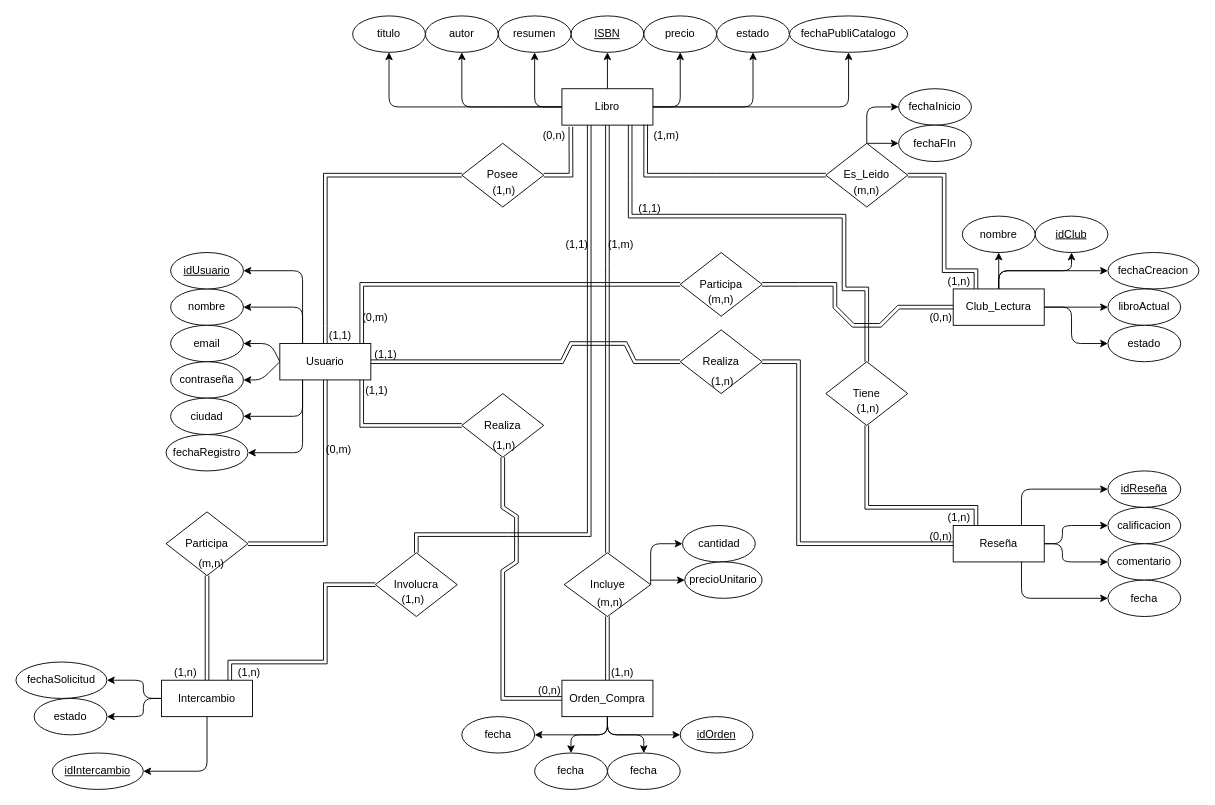
Above: diagrams/eR.dio in migueCOLORADO/UrBooksInaLook (draw.io), before the change. Source tidied: cells renumbered, new cells numbered last; positions are measured from the earlier drawing's top-left corner, leaving out a move shared by most shapes. Both pictures are drawn from the tidied source at 91%, with x=0, y=0 at pixel (15, 15).
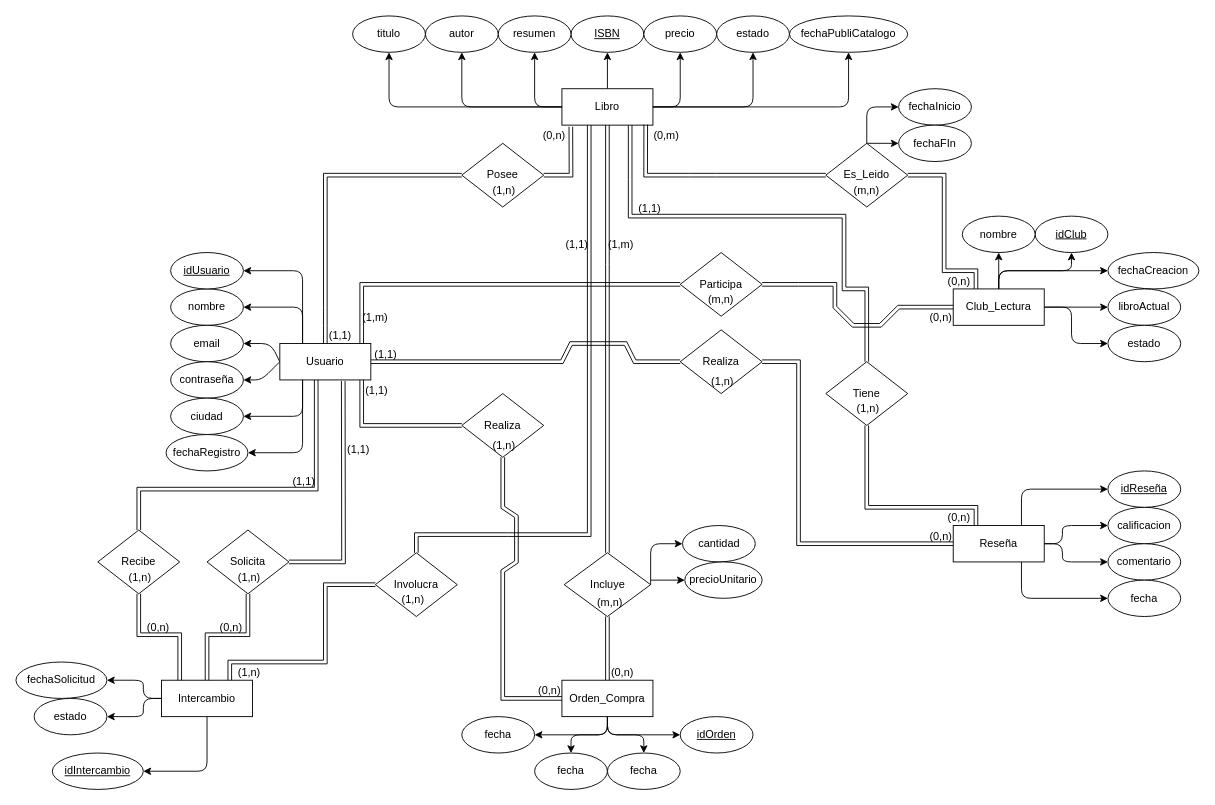
Above is the later version.

Commit message:
V4 | Corrección de cardinalidades en las relaciones, y desambiguación de relación "Participa" entre Usuari-Intercambio, a dos relaciones "Solicita" y "Recibe".

The change refers to these unchanged cells:
```xml
<mxCell id="6" value="Usuario" style="whiteSpace=wrap;html=1;align=center;" parent="1" vertex="1">
  <mxGeometry x="290" y="360" width="100" height="40" as="geometry" />
</mxCell>
<mxCell id="24" value="Intercambio" style="whiteSpace=wrap;html=1;align=center;" parent="1" vertex="1">
  <mxGeometry x="160" y="730" width="100" height="40" as="geometry" />
</mxCell>
<mxCell id="77" style="shape=link;html=1;rounded=0;entryX=0;entryY=0.5;entryDx=0;entryDy=0;exitX=0.921;exitY=0.987;exitDx=0;exitDy=0;exitPerimeter=0;" parent="1" edge="1" source="9">
  <mxGeometry relative="1" as="geometry">
    <mxPoint x="890" y="175" as="targetPoint" />
    <Array as="points">
      <mxPoint x="692" y="175" />
      <mxPoint x="740" y="175" />
      <mxPoint x="770" y="175" />
    </Array>
  </mxGeometry>
</mxCell>
<mxCell id="79" style="shape=link;html=1;rounded=0;exitX=1;exitY=0.5;exitDx=0;exitDy=0;entryX=0.25;entryY=0;entryDx=0;entryDy=0;" parent="1" edge="1" source="70" target="15">
  <mxGeometry relative="1" as="geometry">
    <Array as="points">
      <mxPoint x="1020" y="175" />
      <mxPoint x="1020" y="280" />
      <mxPoint x="1055" y="280" />
    </Array>
  </mxGeometry>
</mxCell>
<mxCell id="87" style="shape=link;html=1;rounded=0;exitX=0.5;exitY=1;exitDx=0;exitDy=0;entryX=0.25;entryY=0;entryDx=0;entryDy=0;" parent="1" edge="1" source="67" target="20">
  <mxGeometry relative="1" as="geometry">
    <Array as="points">
      <mxPoint x="935" y="540" />
      <mxPoint x="1055" y="540" />
    </Array>
  </mxGeometry>
</mxCell>
<mxCell id="92" style="shape=link;html=1;rounded=0;exitX=0.5;exitY=1;exitDx=0;exitDy=0;entryX=0.5;entryY=0;entryDx=0;entryDy=0;" parent="1" edge="1" source="72" target="29">
  <mxGeometry relative="1" as="geometry">
    <Array as="points">
      <mxPoint x="650" y="710" />
    </Array>
  </mxGeometry>
</mxCell>
<mxCell id="123" style="shape=link;html=1;rounded=0;exitX=0;exitY=0.5;exitDx=0;exitDy=0;" parent="1" edge="1" source="122">
  <mxGeometry relative="1" as="geometry">
    <mxPoint x="380" y="360" as="targetPoint" />
    <Array as="points">
      <mxPoint x="380" y="295" />
    </Array>
  </mxGeometry>
</mxCell>
```

The edit, as a diff of the source:
```diff
@@
-    <mxCell id="78" value="(1,m)" style="html=1;whiteSpace=wrap;align=right;verticalAlign=bottom;" parent="77" vertex="1">
+    <mxCell id="78" value="(0,m)" style="html=1;whiteSpace=wrap;align=right;verticalAlign=bottom;" parent="77" vertex="1">
       <mxGeometry x="1" relative="1" as="geometry">
         <mxPoint x="-160" y="-35" as="offset" />
       </mxGeometry>
     </mxCell>
@@
-    <mxCell id="80" value="(1,n)" style="html=1;whiteSpace=wrap;align=right;verticalAlign=bottom;" parent="79" vertex="1">
+    <mxCell id="80" value="(0,n)" style="html=1;whiteSpace=wrap;align=right;verticalAlign=bottom;" parent="79" vertex="1">
       <mxGeometry x="1" relative="1" as="geometry">
         <mxPoint x="-5" as="offset" />
       </mxGeometry>
     </mxCell>
@@
-    <mxCell id="88" value="(1,n)" style="html=1;whiteSpace=wrap;align=right;verticalAlign=bottom;" parent="87" vertex="1">
+    <mxCell id="88" value="(0,n)" style="html=1;whiteSpace=wrap;align=right;verticalAlign=bottom;" parent="87" vertex="1">
       <mxGeometry x="1" relative="1" as="geometry">
         <mxPoint x="-5" as="offset" />
       </mxGeometry>
     </mxCell>
@@
-    <mxCell id="93" value="(1,n)" style="html=1;whiteSpace=wrap;align=right;verticalAlign=bottom;" parent="92" vertex="1">
+    <mxCell id="93" value="(0,n)" style="html=1;whiteSpace=wrap;align=right;verticalAlign=bottom;" parent="92" vertex="1">
       <mxGeometry x="1" relative="1" as="geometry">
         <mxPoint x="30" as="offset" />
       </mxGeometry>
     </mxCell>
@@
-    <mxCell id="112" value="Participa" style="shape=rhombus;perimeter=rhombusPerimeter;whiteSpace=wrap;html=1;align=center;" parent="1" vertex="1">
-      <mxGeometry x="165" y="545" width="90" height="70" as="geometry" />
+    <mxCell id="112" value="Solicita" style="shape=rhombus;perimeter=rhombusPerimeter;whiteSpace=wrap;html=1;align=center;" parent="1" vertex="1">
+      <mxGeometry x="210" y="565" width="90" height="70" as="geometry" />
     </mxCell>
-    <mxCell id="113" style="shape=link;html=1;rounded=0;entryX=1;entryY=0.5;entryDx=0;entryDy=0;" parent="1" edge="1" target="112">
+    <mxCell id="113" style="shape=link;html=1;rounded=0;entryX=1;entryY=0.5;entryDx=0;entryDy=0;exitX=0.697;exitY=1.029;exitDx=0;exitDy=0;exitPerimeter=0;" parent="1" edge="1" source="6" target="112">
       <mxGeometry relative="1" as="geometry">
-        <mxPoint x="340" y="400" as="sourcePoint" />
         <Array as="points">
-          <mxPoint x="340" y="580" />
+          <mxPoint x="360" y="600" />
         </Array>
       </mxGeometry>
     </mxCell>
-    <mxCell id="114" value="(0,m)" style="html=1;whiteSpace=wrap;align=right;verticalAlign=bottom;" parent="113" vertex="1">
+    <mxCell id="114" value="(1,1)" style="html=1;whiteSpace=wrap;align=right;verticalAlign=bottom;" parent="113" vertex="1">
       <mxGeometry x="1" relative="1" as="geometry">
-        <mxPoint x="115" y="-95" as="offset" />
+        <mxPoint x="90" y="-115" as="offset" />
       </mxGeometry>
     </mxCell>
-    <mxCell id="115" value="(m,n)" style="html=1;whiteSpace=wrap;align=right;verticalAlign=bottom;" parent="1" vertex="1">
-      <mxGeometry x="230" y="610" as="geometry" />
+    <mxCell id="115" value="(1,n)" style="html=1;whiteSpace=wrap;align=right;verticalAlign=bottom;direction=south;" parent="1" vertex="1">
+      <mxGeometry x="270" y="625" as="geometry" />
     </mxCell>
     <mxCell id="116" style="shape=link;html=1;rounded=0;entryX=0.5;entryY=0;entryDx=0;entryDy=0;exitX=0.5;exitY=1;exitDx=0;exitDy=0;" parent="1" edge="1" source="112" target="24">
-      <mxGeometry relative="1" as="geometry" />
+      <mxGeometry relative="1" as="geometry">
+        <Array as="points">
+          <mxPoint x="255" y="680" />
+          <mxPoint x="210" y="680" />
+        </Array>
+      </mxGeometry>
     </mxCell>
-    <mxCell id="117" value="(1,n)" style="html=1;whiteSpace=wrap;align=right;verticalAlign=bottom;" parent="116" vertex="1">
+    <mxCell id="117" value="(0,n)" style="html=1;whiteSpace=wrap;align=right;verticalAlign=bottom;" parent="116" vertex="1">
       <mxGeometry x="1" relative="1" as="geometry">
-        <mxPoint x="-10" as="offset" />
+        <mxPoint x="40" y="-50" as="offset" />
       </mxGeometry>
     </mxCell>
@@
-    <mxCell id="124" value="(0,m)" style="html=1;whiteSpace=wrap;align=right;verticalAlign=bottom;" parent="123" vertex="1">
+    <mxCell id="124" value="(1,m)" style="html=1;whiteSpace=wrap;align=right;verticalAlign=bottom;" parent="123" vertex="1">
       <mxGeometry x="1" relative="1" as="geometry">
         <mxPoint x="30" y="-20" as="offset" />
       </mxGeometry>
     </mxCell>
@@
+    <mxCell id="128" value="Recibe" style="shape=rhombus;perimeter=rhombusPerimeter;whiteSpace=wrap;html=1;align=center;" parent="1" vertex="1">
+      <mxGeometry x="90" y="565" width="90" height="70" as="geometry" />
+    </mxCell>
+    <mxCell id="129" style="shape=link;html=1;rounded=0;entryX=0.5;entryY=0;entryDx=0;entryDy=0;exitX=0.697;exitY=1.029;exitDx=0;exitDy=0;exitPerimeter=0;" parent="1" edge="1" target="128">
+      <mxGeometry relative="1" as="geometry">
+        <mxPoint x="330" y="400" as="sourcePoint" />
+        <Array as="points">
+          <mxPoint x="330" y="520" />
+          <mxPoint x="135" y="520" />
+        </Array>
+      </mxGeometry>
+    </mxCell>
+    <mxCell id="130" value="(1,1)" style="html=1;whiteSpace=wrap;align=right;verticalAlign=bottom;" parent="129" vertex="1">
+      <mxGeometry x="1" relative="1" as="geometry">
+        <mxPoint x="195" y="-45" as="offset" />
+      </mxGeometry>
+    </mxCell>
+    <mxCell id="131" style="shape=link;html=1;rounded=0;exitX=0.5;exitY=1;exitDx=0;exitDy=0;" parent="1" edge="1">
+      <mxGeometry relative="1" as="geometry">
+        <mxPoint x="135" y="635" as="sourcePoint" />
+        <mxPoint x="180" y="730" as="targetPoint" />
+        <Array as="points">
+          <mxPoint x="135" y="680" />
+          <mxPoint x="180" y="680" />
+        </Array>
+      </mxGeometry>
+    </mxCell>
+    <mxCell id="132" value="(0,n)" style="html=1;whiteSpace=wrap;align=right;verticalAlign=bottom;" parent="131" vertex="1">
+      <mxGeometry x="1" relative="1" as="geometry">
+        <mxPoint x="-10" y="-50" as="offset" />
+      </mxGeometry>
+    </mxCell>
+    <mxCell id="133" value="(1,n)" style="html=1;whiteSpace=wrap;align=right;verticalAlign=bottom;direction=south;" parent="1" vertex="1">
+      <mxGeometry x="150" y="625" as="geometry" />
+    </mxCell>
```
